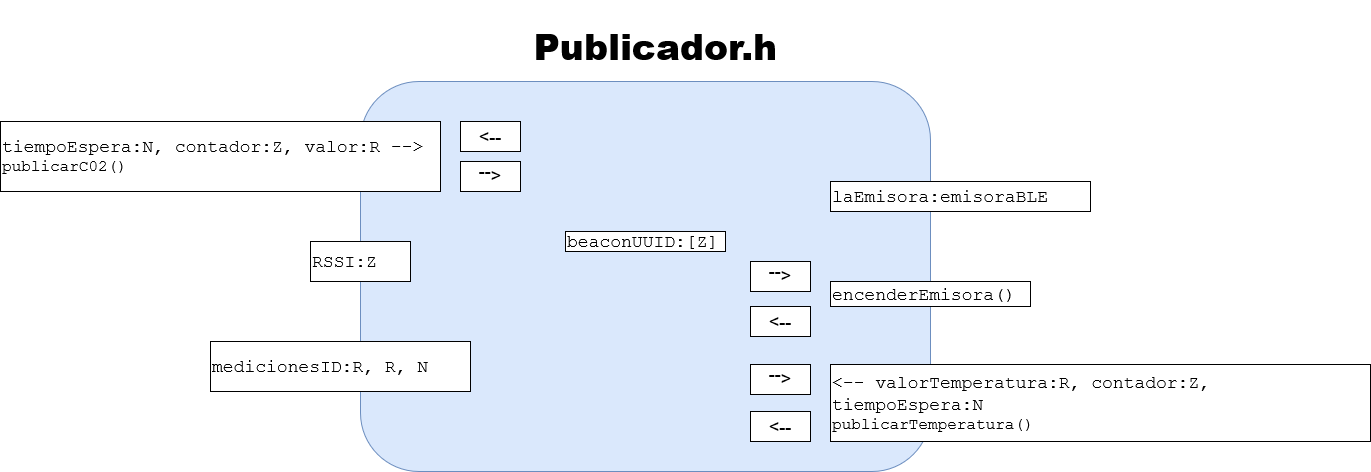
This is docs/arquitectura_inversa/arduino/publicador.drawio.png from leire07/Sprint0Arduino, a draw.io export, as it was before one commit. Source tidied: cells renumbered, new cells last; positions are measured from the earlier drawing's top-left corner, leaving out a move shared by most shapes. The source it was exported from:
```xml
<mxGraphModel>
  <root>
    <mxCell id="0" />
    <mxCell id="1" parent="0" />
    <mxCell id="2" value="&lt;h1 style=&quot;font-size: 36px&quot;&gt;&lt;font style=&quot;font-size: 36px&quot;&gt;&lt;b&gt;&lt;font style=&quot;font-size: 36px&quot;&gt;Publicador.h&lt;/font&gt;&lt;/b&gt;&lt;/font&gt;&lt;/h1&gt;" style="text;html=1;align=center;verticalAlign=middle;" parent="1" vertex="1">
      <mxGeometry x="525" width="260" height="70" as="geometry" />
    </mxCell>
    <mxCell id="3" style="rounded=1;whiteSpace=wrap;html=1;fillColor=#dae8fc;strokeColor=#6c8ebf;" parent="1" vertex="1">
      <mxGeometry x="360" y="70" width="570" height="390" as="geometry" />
    </mxCell>
    <mxCell id="4" value="&lt;font style=&quot;font-size: 18px&quot;&gt;RSSI:Z&lt;/font&gt;" style="rounded=0;whiteSpace=wrap;html=1;fontFamily=Courier New;align=left;" parent="1" vertex="1">
      <mxGeometry x="310" y="230" width="100" height="40" as="geometry" />
    </mxCell>
    <mxCell id="5" value="&lt;font style=&quot;font-size: 18px&quot;&gt;beaconUUID:[Z]&lt;/font&gt;" style="rounded=0;whiteSpace=wrap;html=1;fontFamily=Courier New;align=left;" parent="1" vertex="1">
      <mxGeometry x="565" y="220" width="160" height="20" as="geometry" />
    </mxCell>
    <mxCell id="6" value="&lt;div&gt;&lt;font style=&quot;font-size: 18px&quot;&gt;tiempoEspera:N, contador:Z, valor:R --&amp;gt;&lt;/font&gt;&lt;/div&gt;&lt;div&gt;&lt;font size=&quot;3&quot;&gt;publicarC02()&lt;br&gt;&lt;/font&gt;&lt;/div&gt;" style="rounded=0;whiteSpace=wrap;html=1;fontFamily=Courier New;align=left;" parent="1" vertex="1">
      <mxGeometry y="110" width="440" height="70" as="geometry" />
    </mxCell>
    <mxCell id="7" value="&lt;font style=&quot;font-size: 18px&quot;&gt;medicionesID:R, R, N&lt;/font&gt;" style="rounded=0;whiteSpace=wrap;html=1;fontFamily=Courier New;align=left;" parent="1" vertex="1">
      <mxGeometry x="210" y="330" width="260" height="50" as="geometry" />
    </mxCell>
    <mxCell id="8" value="&lt;font style=&quot;font-size: 18px&quot;&gt;laEmisora:emisoraBLE&lt;/font&gt;" style="rounded=0;whiteSpace=wrap;html=1;fontFamily=Courier New;align=left;" parent="1" vertex="1">
      <mxGeometry x="830" y="170" width="260" height="30" as="geometry" />
    </mxCell>
    <mxCell id="9" value="&lt;font style=&quot;font-size: 18px&quot;&gt;encenderEmisora()&lt;/font&gt;" style="rounded=0;whiteSpace=wrap;html=1;fontFamily=Courier New;align=left;" parent="1" vertex="1">
      <mxGeometry x="830" y="270" width="200" height="25" as="geometry" />
    </mxCell>
    <mxCell id="10" value="&lt;font style=&quot;font-size: 18px&quot;&gt;&amp;lt;--&lt;/font&gt;" style="rounded=0;whiteSpace=wrap;html=1;" parent="1" vertex="1">
      <mxGeometry x="460" y="110" width="60" height="30" as="geometry" />
    </mxCell>
    <mxCell id="11" value="&lt;font style=&quot;font-size: 18px&quot;&gt;&amp;lt;--&lt;/font&gt;" style="rounded=0;whiteSpace=wrap;html=1;rotation=-180;" parent="1" vertex="1">
      <mxGeometry x="460" y="150" width="60" height="30" as="geometry" />
    </mxCell>
    <mxCell id="12" value="&lt;div&gt;&lt;font style=&quot;font-size: 18px&quot;&gt;&amp;lt;-- valorTemperatura:R, contador:Z, tiempoEspera:N&lt;/font&gt;&lt;/div&gt;&lt;div&gt;&lt;font size=&quot;3&quot;&gt;publicarTemperatura()&lt;br&gt;&lt;/font&gt;&lt;/div&gt;" style="rounded=0;whiteSpace=wrap;html=1;fontFamily=Courier New;align=left;" parent="1" vertex="1">
      <mxGeometry x="830" y="353" width="540" height="77" as="geometry" />
    </mxCell>
    <mxCell id="13" value="&lt;font style=&quot;font-size: 18px&quot;&gt;&amp;lt;--&lt;/font&gt;" style="rounded=0;whiteSpace=wrap;html=1;" parent="1" vertex="1">
      <mxGeometry x="750" y="400" width="60" height="30" as="geometry" />
    </mxCell>
    <mxCell id="14" value="&lt;font style=&quot;font-size: 18px&quot;&gt;&amp;lt;--&lt;/font&gt;" style="rounded=0;whiteSpace=wrap;html=1;" parent="1" vertex="1">
      <mxGeometry x="750" y="295" width="60" height="30" as="geometry" />
    </mxCell>
    <mxCell id="15" value="&lt;font style=&quot;font-size: 18px&quot;&gt;&amp;lt;--&lt;/font&gt;" style="rounded=0;whiteSpace=wrap;html=1;rotation=-180;" parent="1" vertex="1">
      <mxGeometry x="750" y="353" width="60" height="30" as="geometry" />
    </mxCell>
    <mxCell id="16" value="&lt;font style=&quot;font-size: 18px&quot;&gt;&amp;lt;--&lt;/font&gt;" style="rounded=0;whiteSpace=wrap;html=1;rotation=-180;" parent="1" vertex="1">
      <mxGeometry x="750" y="250" width="60" height="30" as="geometry" />
    </mxCell>
  </root>
</mxGraphModel>
```
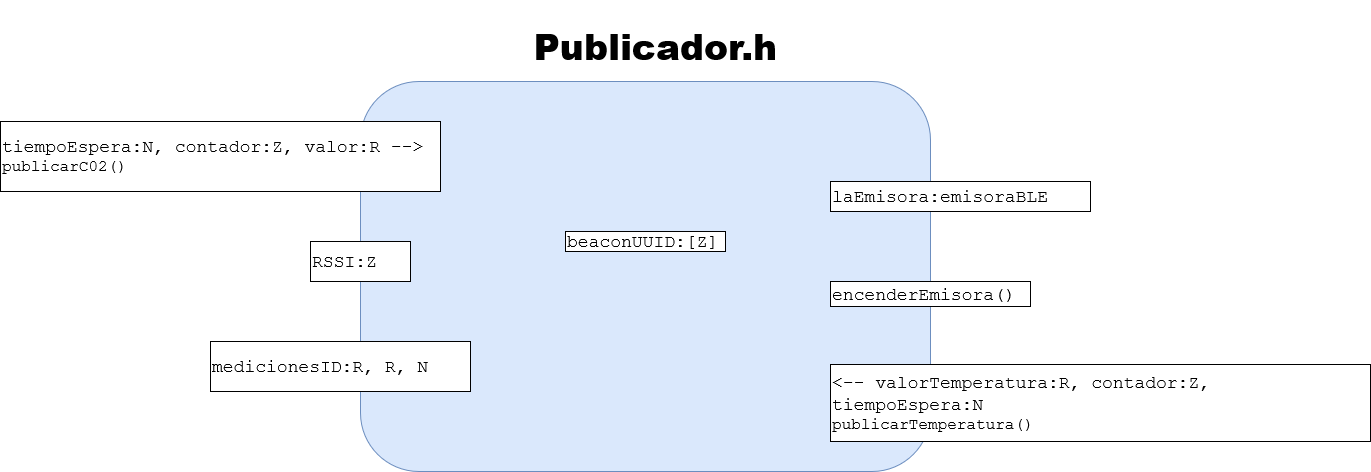
Later version of the same file.

Diff of the diagram source:
```diff
@@ -26,26 +26,8 @@
     <mxCell id="9" value="&lt;font style=&quot;font-size: 18px&quot;&gt;encenderEmisora()&lt;/font&gt;" style="rounded=0;whiteSpace=wrap;html=1;fontFamily=Courier New;align=left;" parent="1" vertex="1">
       <mxGeometry x="830" y="270" width="200" height="25" as="geometry" />
     </mxCell>
-    <mxCell id="10" value="&lt;font style=&quot;font-size: 18px&quot;&gt;&amp;lt;--&lt;/font&gt;" style="rounded=0;whiteSpace=wrap;html=1;" parent="1" vertex="1">
-      <mxGeometry x="460" y="110" width="60" height="30" as="geometry" />
-    </mxCell>
-    <mxCell id="11" value="&lt;font style=&quot;font-size: 18px&quot;&gt;&amp;lt;--&lt;/font&gt;" style="rounded=0;whiteSpace=wrap;html=1;rotation=-180;" parent="1" vertex="1">
-      <mxGeometry x="460" y="150" width="60" height="30" as="geometry" />
-    </mxCell>
     <mxCell id="12" value="&lt;div&gt;&lt;font style=&quot;font-size: 18px&quot;&gt;&amp;lt;-- valorTemperatura:R, contador:Z, tiempoEspera:N&lt;/font&gt;&lt;/div&gt;&lt;div&gt;&lt;font size=&quot;3&quot;&gt;publicarTemperatura()&lt;br&gt;&lt;/font&gt;&lt;/div&gt;" style="rounded=0;whiteSpace=wrap;html=1;fontFamily=Courier New;align=left;" parent="1" vertex="1">
       <mxGeometry x="830" y="353" width="540" height="77" as="geometry" />
     </mxCell>
-    <mxCell id="13" value="&lt;font style=&quot;font-size: 18px&quot;&gt;&amp;lt;--&lt;/font&gt;" style="rounded=0;whiteSpace=wrap;html=1;" parent="1" vertex="1">
-      <mxGeometry x="750" y="400" width="60" height="30" as="geometry" />
-    </mxCell>
-    <mxCell id="14" value="&lt;font style=&quot;font-size: 18px&quot;&gt;&amp;lt;--&lt;/font&gt;" style="rounded=0;whiteSpace=wrap;html=1;" parent="1" vertex="1">
-      <mxGeometry x="750" y="295" width="60" height="30" as="geometry" />
-    </mxCell>
-    <mxCell id="15" value="&lt;font style=&quot;font-size: 18px&quot;&gt;&amp;lt;--&lt;/font&gt;" style="rounded=0;whiteSpace=wrap;html=1;rotation=-180;" parent="1" vertex="1">
-      <mxGeometry x="750" y="353" width="60" height="30" as="geometry" />
-    </mxCell>
-    <mxCell id="16" value="&lt;font style=&quot;font-size: 18px&quot;&gt;&amp;lt;--&lt;/font&gt;" style="rounded=0;whiteSpace=wrap;html=1;rotation=-180;" parent="1" vertex="1">
-      <mxGeometry x="750" y="250" width="60" height="30" as="geometry" />
-    </mxCell>
   </root>
 </mxGraphModel>
```
